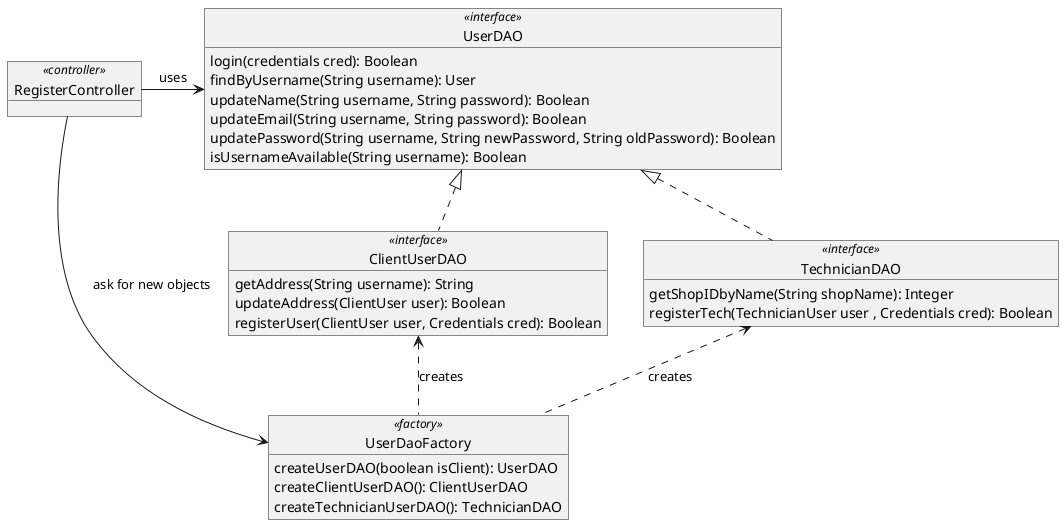
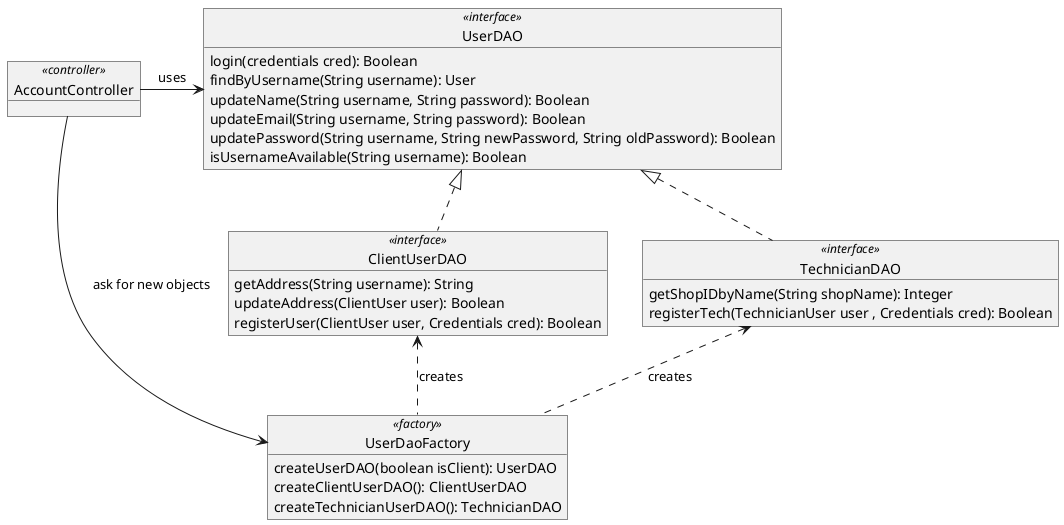
@startuml

object UserDAO <<interface>> {
    login(credentials cred): Boolean
    findByUsername(String username): User
    updateName(String username, String password): Boolean
    updateEmail(String username, String password): Boolean
    updatePassword(String username, String newPassword, String oldPassword): Boolean
    isUsernameAvailable(String username): Boolean

}

object ClientUserDAO <<interface>>{
    getAddress(String username): String
    updateAddress(ClientUser user): Boolean
    registerUser(ClientUser user, Credentials cred): Boolean
}

object TechnicianDAO <<interface>>{
    getShopIDbyName(String shopName): Integer
    registerTech(TechnicianUser user , Credentials cred): Boolean

}

object UserDaoFactory <<factory>>{
    createUserDAO(boolean isClient): UserDAO
    createClientUserDAO(): ClientUserDAO
    createTechnicianUserDAO(): TechnicianDAO
}

- object RegisterController <<controller>>{
+ object AccountController <<controller>>{
+ 
}

- RegisterController -r-> UserDaoFactory: ask for new objects
- RegisterController -r-> UserDAO: uses
+ AccountController -r-> UserDaoFactory: ask for new objects
+ AccountController -r-> UserDAO: uses
UserDaoFactory .u.> ClientUserDAO : creates
UserDaoFactory .u.> TechnicianDAO : creates




UserDAO <|.. ClientUserDAO
UserDAO <|.. TechnicianDAO


@enduml